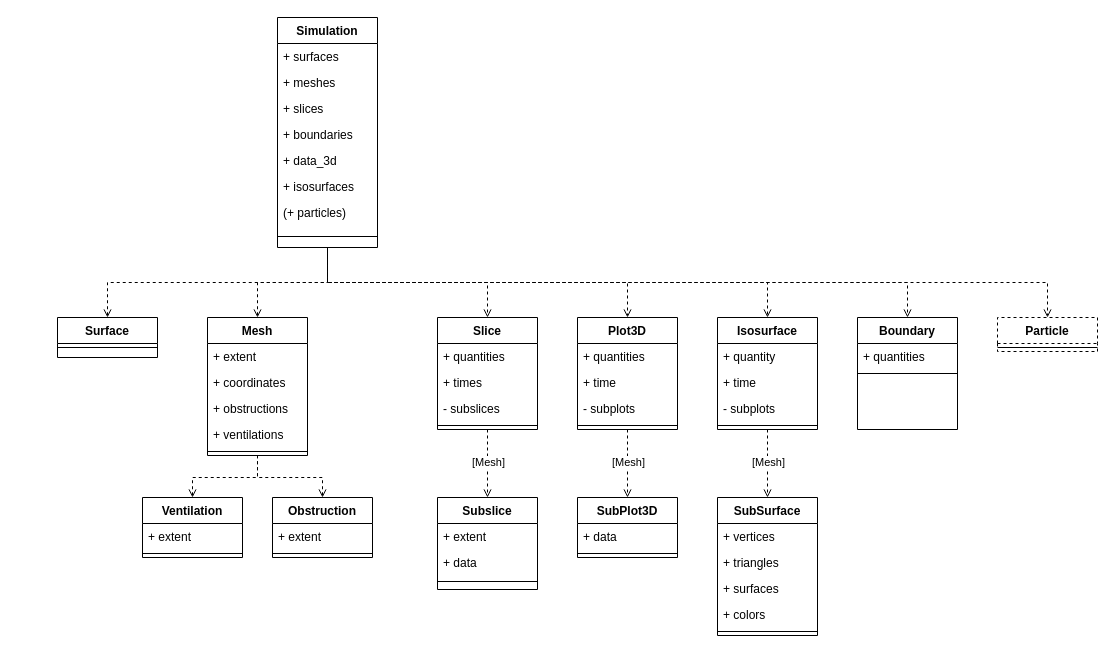
Above: docs/img/data-structure.drawio in FireDynamics/fdsreader (draw.io), before the change. Source tidied: cells renumbered, new cells numbered last; positions are measured from the earlier drawing's top-left corner, leaving out a move shared by most shapes. Both pictures are drawn from the tidied source at 100%, with x=0, y=0 at pixel (57, 17).
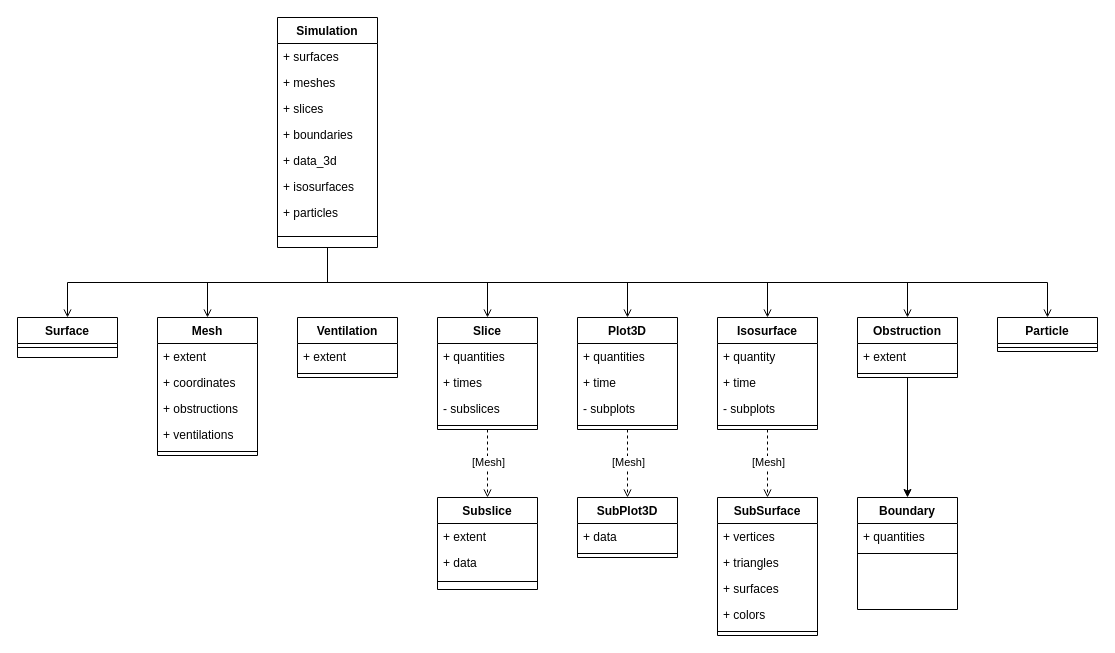
The same diagram, later.

The change refers to these unchanged cells:
```xml
<mxCell id="7" value="Simulation" style="swimlane;fontStyle=1;align=center;verticalAlign=top;horizontal=1;startSize=26;rounded=0;shadow=0;strokeWidth=1;" parent="1" vertex="1">
  <mxGeometry x="220" width="100" height="230" as="geometry" />
</mxCell>
<mxCell id="24" style="line;html=1;strokeWidth=1;align=left;verticalAlign=middle;spacingTop=-1;spacingLeft=3;spacingRight=3;labelPosition=right;points=[];portConstraint=eastwest;" parent="19" vertex="1">
  <mxGeometry y="130" width="100" height="8" as="geometry" />
</mxCell>
<mxCell id="36" value="Plot3D" style="swimlane;fontStyle=1;align=center;verticalAlign=top;horizontal=1;startSize=26;rounded=0;shadow=0;strokeWidth=1;" parent="1" vertex="1">
  <mxGeometry x="520" y="300" width="100" height="112" as="geometry" />
</mxCell>
<mxCell id="46" value="Slice" style="swimlane;fontStyle=1;align=center;verticalAlign=top;horizontal=1;startSize=26;rounded=0;shadow=0;strokeWidth=1;" parent="1" vertex="1">
  <mxGeometry x="380" y="300" width="100" height="112" as="geometry" />
</mxCell>
<mxCell id="57" value="Isosurface" style="swimlane;fontStyle=1;align=center;verticalAlign=top;horizontal=1;startSize=26;rounded=0;shadow=0;strokeWidth=1;" parent="1" vertex="1">
  <mxGeometry x="660" y="300" width="100" height="112" as="geometry" />
</mxCell>
```

The edit, as a diff of the source:
```diff
@@
-    <mxCell id="2" style="edgeStyle=orthogonalEdgeStyle;rounded=0;jettySize=auto;html=1;exitX=0.5;exitY=1;exitDx=0;exitDy=0;entryX=0.5;entryY=0;entryDx=0;entryDy=0;dashed=1;startArrow=none;startFill=0;endArrow=open;endFill=0;" parent="1" edge="1" source="7" target="46">
+    <mxCell id="2" style="edgeStyle=orthogonalEdgeStyle;rounded=0;jettySize=auto;html=1;exitX=0.5;exitY=1;exitDx=0;exitDy=0;entryX=0.5;entryY=0;entryDx=0;entryDy=0;startArrow=none;startFill=0;endArrow=open;endFill=0;" parent="1" edge="1" source="7" target="46">
       <mxGeometry relative="1" as="geometry" />
     </mxCell>
-    <mxCell id="3" style="edgeStyle=orthogonalEdgeStyle;rounded=0;jettySize=auto;html=1;exitX=0.5;exitY=1;exitDx=0;exitDy=0;entryX=0.5;entryY=0;entryDx=0;entryDy=0;dashed=1;startArrow=none;startFill=0;endArrow=open;endFill=0;" parent="1" edge="1" source="7" target="57">
+    <mxCell id="3" style="edgeStyle=orthogonalEdgeStyle;rounded=0;jettySize=auto;html=1;exitX=0.5;exitY=1;exitDx=0;exitDy=0;entryX=0.5;entryY=0;entryDx=0;entryDy=0;startArrow=none;startFill=0;endArrow=open;endFill=0;" parent="1" edge="1" source="7" target="57">
       <mxGeometry relative="1" as="geometry" />
     </mxCell>
-    <mxCell id="4" style="edgeStyle=orthogonalEdgeStyle;rounded=0;jettySize=auto;html=1;exitX=0.5;exitY=1;exitDx=0;exitDy=0;entryX=0.5;entryY=0;entryDx=0;entryDy=0;dashed=1;startArrow=none;startFill=0;endArrow=open;endFill=0;" parent="1" edge="1" source="7" target="36">
+    <mxCell id="4" style="edgeStyle=orthogonalEdgeStyle;rounded=0;jettySize=auto;html=1;exitX=0.5;exitY=1;exitDx=0;exitDy=0;entryX=0.5;entryY=0;entryDx=0;entryDy=0;startArrow=none;startFill=0;endArrow=open;endFill=0;" parent="1" edge="1" source="7" target="36">
       <mxGeometry relative="1" as="geometry" />
     </mxCell>
-    <mxCell id="5" style="edgeStyle=orthogonalEdgeStyle;rounded=0;jettySize=auto;html=1;exitX=0.5;exitY=1;exitDx=0;exitDy=0;dashed=1;startArrow=none;startFill=0;endArrow=open;endFill=0;" parent="1" edge="1" source="7" target="70">
+    <mxCell id="5" style="edgeStyle=orthogonalEdgeStyle;rounded=0;jettySize=auto;html=1;exitX=0.5;exitY=1;exitDx=0;exitDy=0;startArrow=none;startFill=0;endArrow=open;endFill=0;entryX=0.5;entryY=0;entryDx=0;entryDy=0;" parent="1" edge="1" source="7" target="29">
       <mxGeometry relative="1" as="geometry" />
     </mxCell>
-    <mxCell id="6" style="edgeStyle=orthogonalEdgeStyle;rounded=0;jettySize=auto;html=1;exitX=0.5;exitY=1;exitDx=0;exitDy=0;entryX=0.5;entryY=0;entryDx=0;entryDy=0;dashed=1;startArrow=none;startFill=0;endArrow=open;endFill=0;" parent="1" edge="1" source="7" target="68">
+    <mxCell id="6" style="edgeStyle=orthogonalEdgeStyle;rounded=0;jettySize=auto;html=1;exitX=0.5;exitY=1;exitDx=0;exitDy=0;entryX=0.5;entryY=0;entryDx=0;entryDy=0;startArrow=none;startFill=0;endArrow=open;endFill=0;" parent="1" edge="1" source="7" target="68">
       <mxGeometry relative="1" as="geometry" />
     </mxCell>
@@
-    <mxCell id="14" value="(+ particles)" style="text;align=left;verticalAlign=top;spacingLeft=4;spacingRight=4;overflow=hidden;rounded=0;shadow=0;html=0;" parent="7" vertex="1">
+    <mxCell id="14" value="+ particles" style="text;align=left;verticalAlign=top;spacingLeft=4;spacingRight=4;overflow=hidden;rounded=0;shadow=0;html=0;" parent="7" vertex="1">
       <mxGeometry y="182" width="100" height="26" as="geometry" />
     </mxCell>
@@
     <mxCell id="16" value="Surface" style="swimlane;fontStyle=1;align=center;verticalAlign=top;horizontal=1;startSize=26;rounded=0;shadow=0;strokeWidth=1;" parent="1" vertex="1">
-      <mxGeometry y="300" width="100" height="40" as="geometry" />
+      <mxGeometry x="-40" y="300" width="100" height="40" as="geometry" />
     </mxCell>
@@
-    <mxCell id="18" style="endArrow=none;endSize=10;endFill=0;shadow=0;strokeWidth=1;rounded=0;edgeStyle=elbowEdgeStyle;elbow=vertical;dashed=1;startArrow=open;startFill=0;" parent="1" edge="1" source="16" target="7">
+    <mxCell id="18" style="endArrow=none;endSize=10;endFill=0;shadow=0;strokeWidth=1;rounded=0;edgeStyle=elbowEdgeStyle;elbow=vertical;startArrow=open;startFill=0;" parent="1" edge="1" source="16" target="7">
       <mxGeometry relative="1" as="geometry" />
     </mxCell>
     <mxCell id="19" value="Mesh" style="swimlane;fontStyle=1;align=center;verticalAlign=top;horizontal=1;startSize=26;rounded=0;shadow=0;strokeWidth=1;" parent="1" vertex="1">
-      <mxGeometry x="150" y="300" width="100" height="138" as="geometry" />
+      <mxGeometry x="100" y="300" width="100" height="138" as="geometry" />
     </mxCell>
@@
-    <mxCell id="25" style="endArrow=none;endSize=10;endFill=0;shadow=0;strokeWidth=1;rounded=0;edgeStyle=elbowEdgeStyle;elbow=vertical;startArrow=open;startFill=0;dashed=1;" parent="1" edge="1" source="19" target="7">
+    <mxCell id="25" style="endArrow=none;endSize=10;endFill=0;shadow=0;strokeWidth=1;rounded=0;edgeStyle=elbowEdgeStyle;elbow=vertical;startArrow=open;startFill=0;" parent="1" edge="1" source="19" target="7">
       <mxGeometry relative="1" as="geometry" />
     </mxCell>
     <mxCell id="26" value="Ventilation" style="swimlane;fontStyle=1;align=center;verticalAlign=top;horizontal=1;startSize=26;rounded=0;shadow=0;strokeWidth=1;" parent="1" vertex="1">
-      <mxGeometry x="85" y="480" width="100" height="60" as="geometry" />
+      <mxGeometry x="240" y="300" width="100" height="60" as="geometry" />
     </mxCell>
@@
+    <mxCell id="73" style="edgeStyle=orthogonalEdgeStyle;rounded=0;jettySize=auto;html=1;entryX=0.5;entryY=0;entryDx=0;entryDy=0;" parent="1" edge="1" source="29" target="70">
+      <mxGeometry relative="1" as="geometry" />
+    </mxCell>
     <mxCell id="29" value="Obstruction" style="swimlane;fontStyle=1;align=center;verticalAlign=top;horizontal=1;startSize=26;rounded=0;shadow=0;strokeWidth=1;" parent="1" vertex="1">
-      <mxGeometry x="215" y="480" width="100" height="60" as="geometry" />
+      <mxGeometry x="800" y="300" width="100" height="60" as="geometry" />
     </mxCell>
@@
-    <mxCell id="32" style="endArrow=none;endSize=10;endFill=0;shadow=0;strokeWidth=1;rounded=0;edgeStyle=elbowEdgeStyle;elbow=vertical;entryX=0.5;entryY=1;entryDx=0;entryDy=0;exitX=0.5;exitY=0;exitDx=0;exitDy=0;startArrow=open;startFill=0;dashed=1;" parent="1" edge="1" source="26" target="19">
-      <mxGeometry relative="1" as="geometry">
-        <Array as="points">
-          <mxPoint x="170" y="460" />
-        </Array>
-      </mxGeometry>
-    </mxCell>
-    <mxCell id="33" style="endArrow=none;endSize=10;endFill=0;shadow=0;strokeWidth=1;rounded=0;edgeStyle=elbowEdgeStyle;elbow=vertical;entryX=0.5;entryY=1.25;entryDx=0;entryDy=0;exitX=0.5;exitY=0;exitDx=0;exitDy=0;entryPerimeter=0;startArrow=open;startFill=0;dashed=1;" parent="1" edge="1" source="29" target="24">
-      <mxGeometry relative="1" as="geometry">
-        <Array as="points">
-          <mxPoint x="240" y="460" />
-        </Array>
-      </mxGeometry>
-    </mxCell>
@@
-    <mxCell id="68" value="Particle" style="swimlane;fontStyle=1;align=center;verticalAlign=top;horizontal=1;startSize=26;rounded=0;shadow=0;strokeWidth=1;dashed=1;" parent="1" vertex="1">
+    <mxCell id="68" value="Particle" style="swimlane;fontStyle=1;align=center;verticalAlign=top;horizontal=1;startSize=26;rounded=0;shadow=0;strokeWidth=1;" parent="1" vertex="1">
       <mxGeometry x="940" y="300" width="100" height="34" as="geometry" />
     </mxCell>
@@
     <mxCell id="70" value="Boundary" style="swimlane;fontStyle=1;align=center;verticalAlign=top;horizontal=1;startSize=26;rounded=0;shadow=0;strokeWidth=1;" parent="1" vertex="1">
-      <mxGeometry x="800" y="300" width="100" height="112" as="geometry" />
+      <mxGeometry x="800" y="480" width="100" height="112" as="geometry" />
     </mxCell>
```
